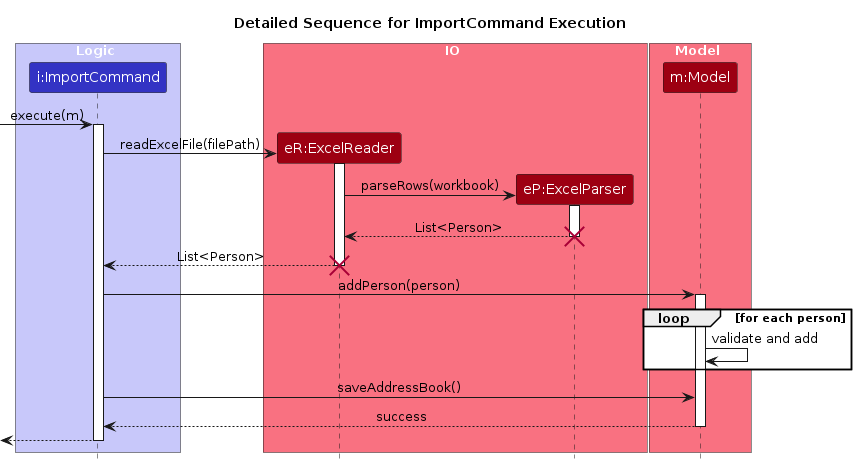
Before: diagrams/ImportExcelDetailedSequence.png, a diagram exported from PlantUML (AY2526S1-CS2103T-T17-3/tp). Its source is kept beside it as diagrams/ImportExcelDetailedSequence.puml.
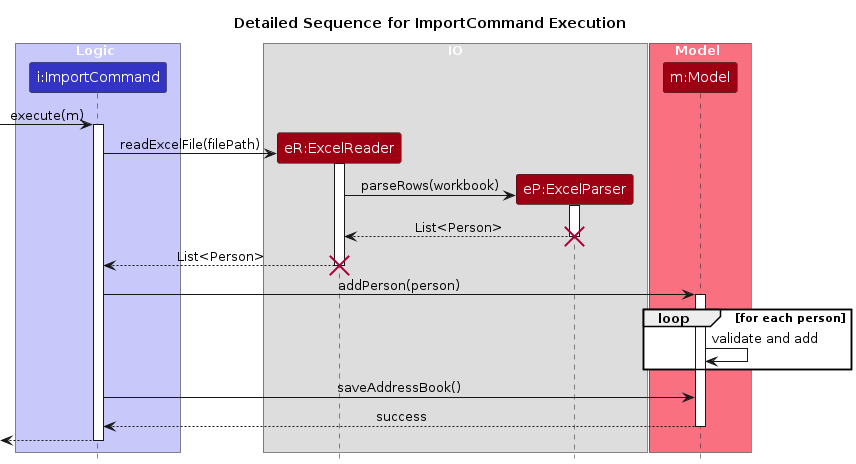
Later version of the same file.

The edit, as a diff of the source:
```diff
@@ -7,7 +7,7 @@
 participant "i:ImportCommand" as ImportCommand LOGIC_COLOR
 end box
 
-box IO MODEL_COLOR_T1
+box IO
 participant "eR:ExcelReader" as ExcelReader MODEL_COLOR
 participant "eP:ExcelParser" as ExcelParser MODEL_COLOR
 endbox
```
